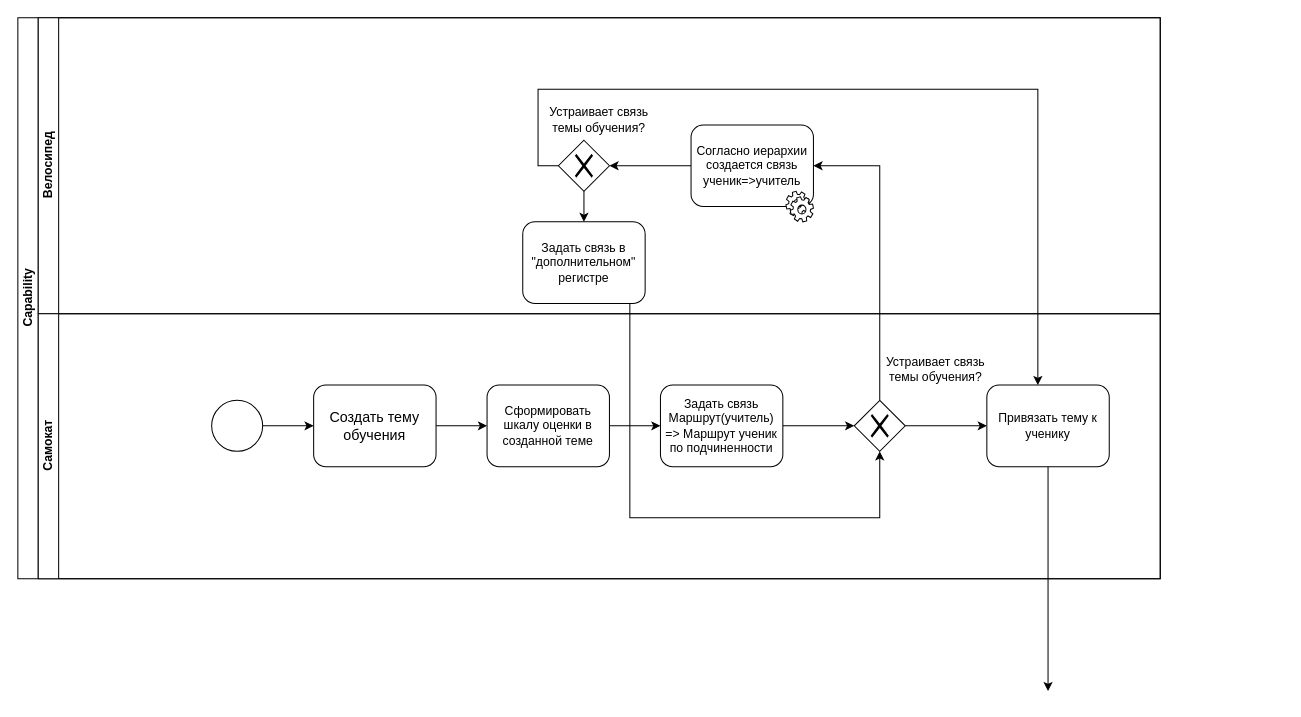
This is Диаграмма без названия.drawio from VillyVonka537/iograf, a draw.io file, before an edit. Source tidied: cells renumbered, new cells numbered last; positions are measured from the earlier drawing's top-left corner, leaving out a move shared by most shapes. Both pictures are drawn from the tidied source at 102%, with x=0, y=0 at pixel (17, 17).
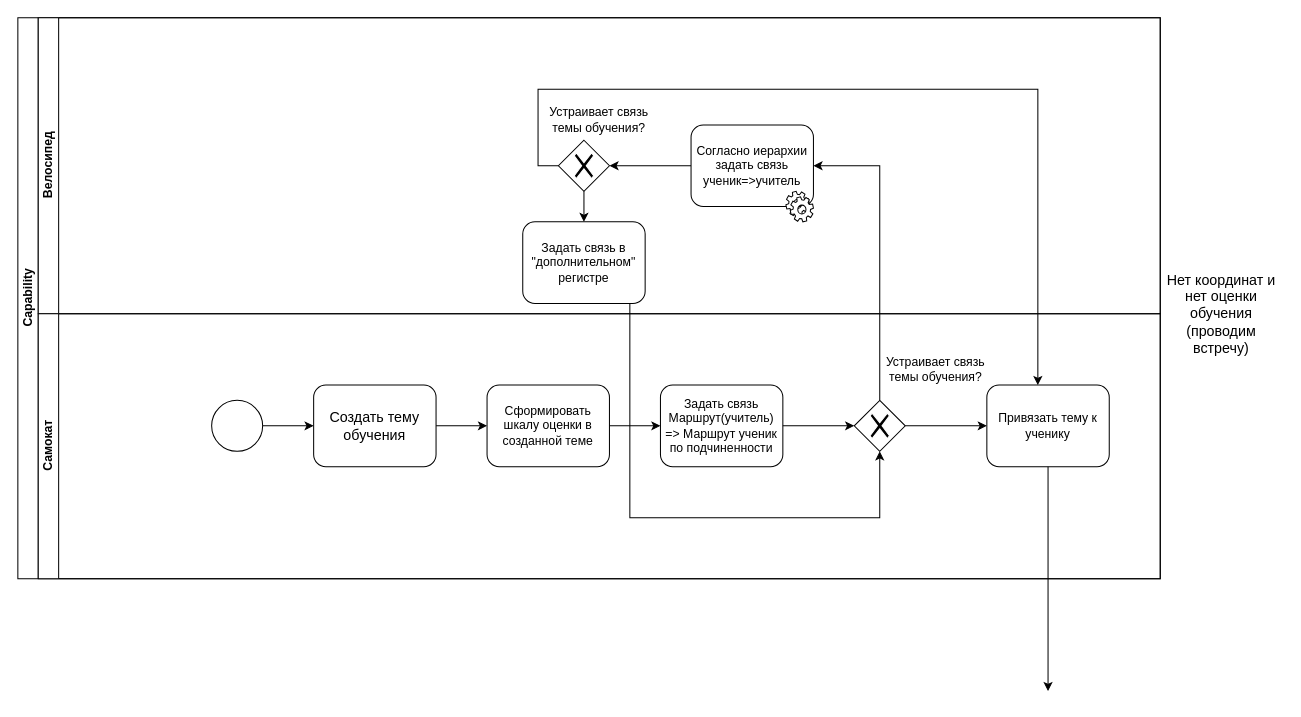
Above is the later version.

The change refers to these unchanged cells:
```xml
<mxCell id="3" value="Велосипед" style="swimlane;html=1;startSize=20;horizontal=0;" parent="2" vertex="1">
  <mxGeometry x="20" width="1100" height="290" as="geometry" />
</mxCell>
```

The edit, as a diff of the source:
```diff
@@
-    <mxCell id="8" value="Согласно иерархии создается связь ученик=&amp;gt;учитель" style="shape=ext;rounded=1;html=1;whiteSpace=wrap;" parent="3" vertex="1">
+    <mxCell id="8" value="Согласно иерархии задать связь ученик=&amp;gt;учитель" style="shape=ext;rounded=1;html=1;whiteSpace=wrap;" parent="3" vertex="1">
       <mxGeometry x="640" y="105" width="120" height="80" as="geometry" />
     </mxCell>
@@
+    <mxCell id="28" value="&lt;font style=&quot;font-size: 14px&quot;&gt;Нет координат и нет оценки обучения (проводим встречу)&lt;/font&gt;" style="text;html=1;strokeColor=none;fillColor=none;align=center;verticalAlign=middle;whiteSpace=wrap;rounded=0;" parent="1" vertex="1">
+      <mxGeometry x="1120" y="240" width="120" height="100" as="geometry" />
+    </mxCell>
```
